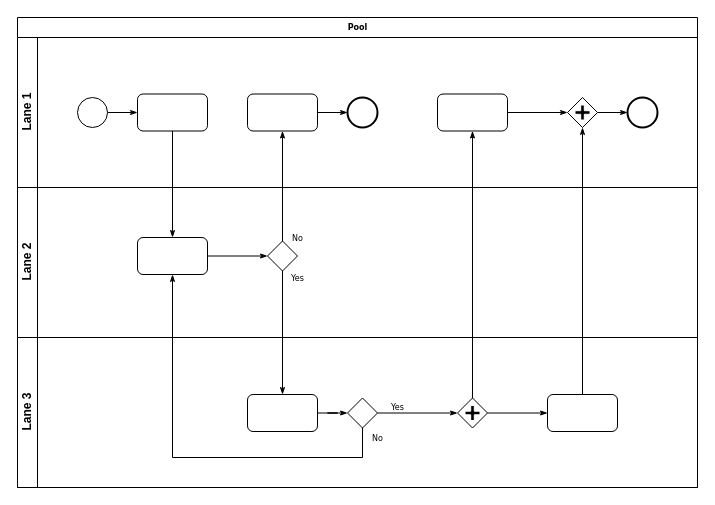
Before: R&D/atomic-swaps/Untitled Diagram.drawio in everscale-experts/hackathon_new, a draw.io diagram. Source tidied: cells renumbered, new cells numbered last; positions are measured from the earlier drawing's top-left corner, leaving out a move shared by most shapes. Both pictures are drawn from the tidied source at 100%, with x=0, y=0 at pixel (17, 17).
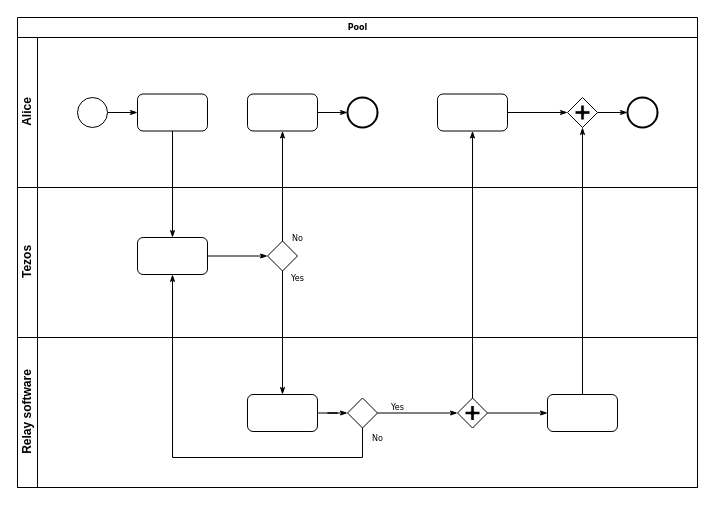
The same diagram, later.

The change refers to these unchanged cells:
```xml
<mxCell id="2" value="Pool" style="swimlane;html=1;horizontal=1;startSize=20;rounded=0;shadow=0;labelBackgroundColor=none;strokeWidth=1;fontFamily=Verdana;fontSize=8;align=center;" parent="1" vertex="1">
  <mxGeometry width="680" height="470" as="geometry" />
</mxCell>
```

Diff of the diagram source:
```diff
@@
-    <mxCell id="3" value="Lane 1" style="swimlane;html=1;startSize=20;horizontal=0;" parent="2" vertex="1">
+    <mxCell id="3" value="Alice" style="swimlane;html=1;startSize=20;horizontal=0;" parent="2" vertex="1">
       <mxGeometry y="20" width="680" height="150" as="geometry" />
     </mxCell>
@@
-    <mxCell id="15" value="Lane 2" style="swimlane;html=1;startSize=20;horizontal=0;" parent="2" vertex="1">
+    <mxCell id="15" value="Tezos" style="swimlane;html=1;startSize=20;horizontal=0;" parent="2" vertex="1">
       <mxGeometry y="170" width="680" height="150" as="geometry" />
     </mxCell>
@@
-    <mxCell id="19" value="Lane 3" style="swimlane;html=1;startSize=20;horizontal=0;" parent="2" vertex="1">
+    <mxCell id="19" value="Relay software" style="swimlane;html=1;startSize=20;horizontal=0;" parent="2" vertex="1">
       <mxGeometry y="320" width="680" height="150" as="geometry" />
     </mxCell>
```
